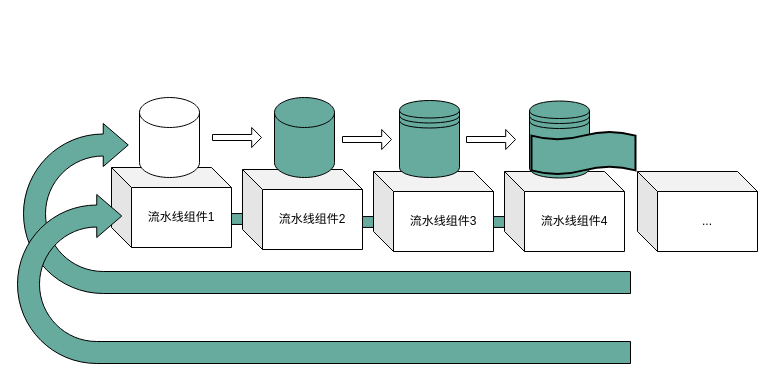
mingtian110/pc_home keeps this draw.io diagram as 研发流水线.drawio. Above is the earlier version. Source tidied: cells renumbered, new cells numbered last; positions are measured from the earlier drawing's top-left corner, leaving out a move shared by most shapes. Both pictures are drawn from the tidied source at 100%, with x=0, y=0 at pixel (17, 97).
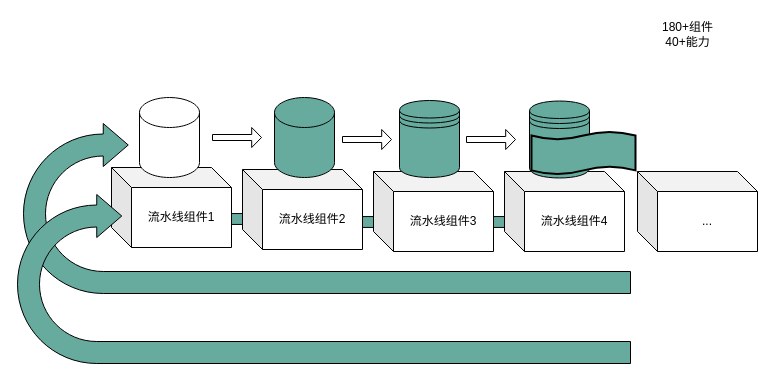
The same page after the edit.

Commit message (it also covers changes not shown here):
更新研发流水线.drawio

The edit, as a diff of the source:
```diff
@@
+    <mxCell id="20" value="180+组件&lt;br&gt;40+能力" style="text;html=1;strokeColor=none;fillColor=none;align=center;verticalAlign=middle;whiteSpace=wrap;rounded=0;" parent="1" vertex="1">
+      <mxGeometry x="618" y="-80" width="105" height="33" as="geometry" />
+    </mxCell>
```
